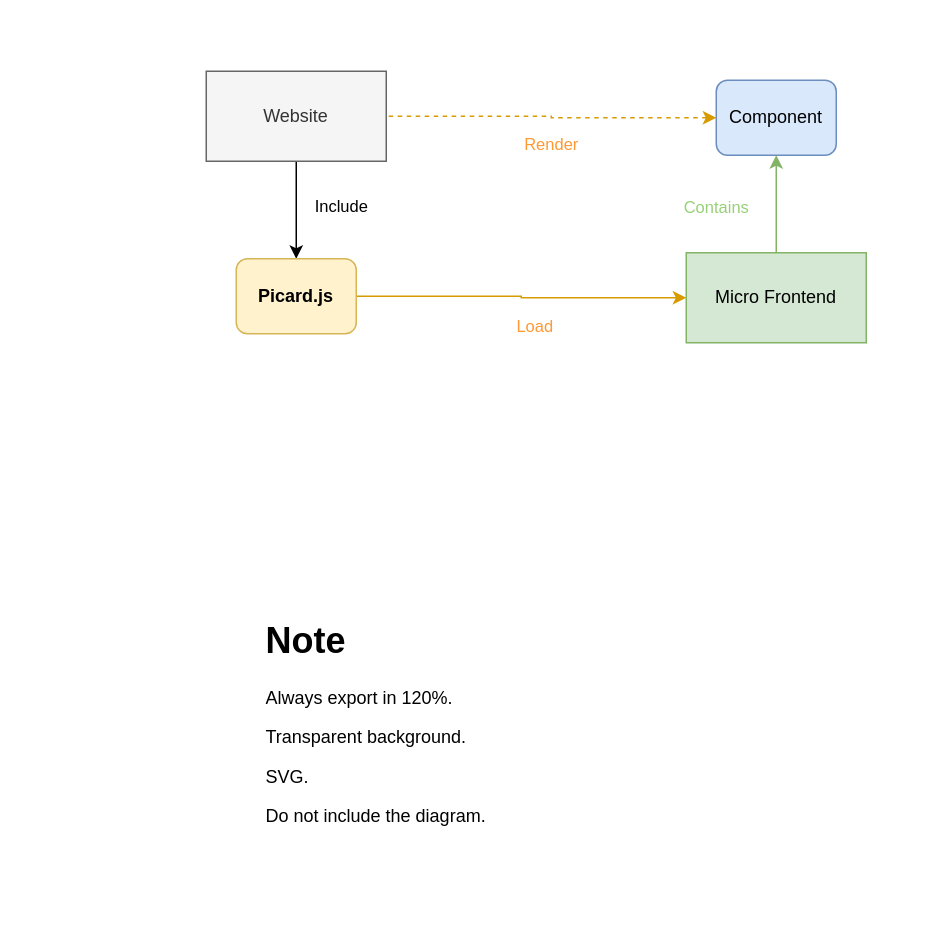
Earlier version of the draw.io diagram data/diagrams.drawio (picardjs/docs). Source tidied: cells renumbered, new cells numbered last; positions are measured from the earlier drawing's top-left corner, leaving out a move shared by most shapes. Both pictures are drawn from the tidied source at 150%, with x=0, y=0 at pixel (146, 26).
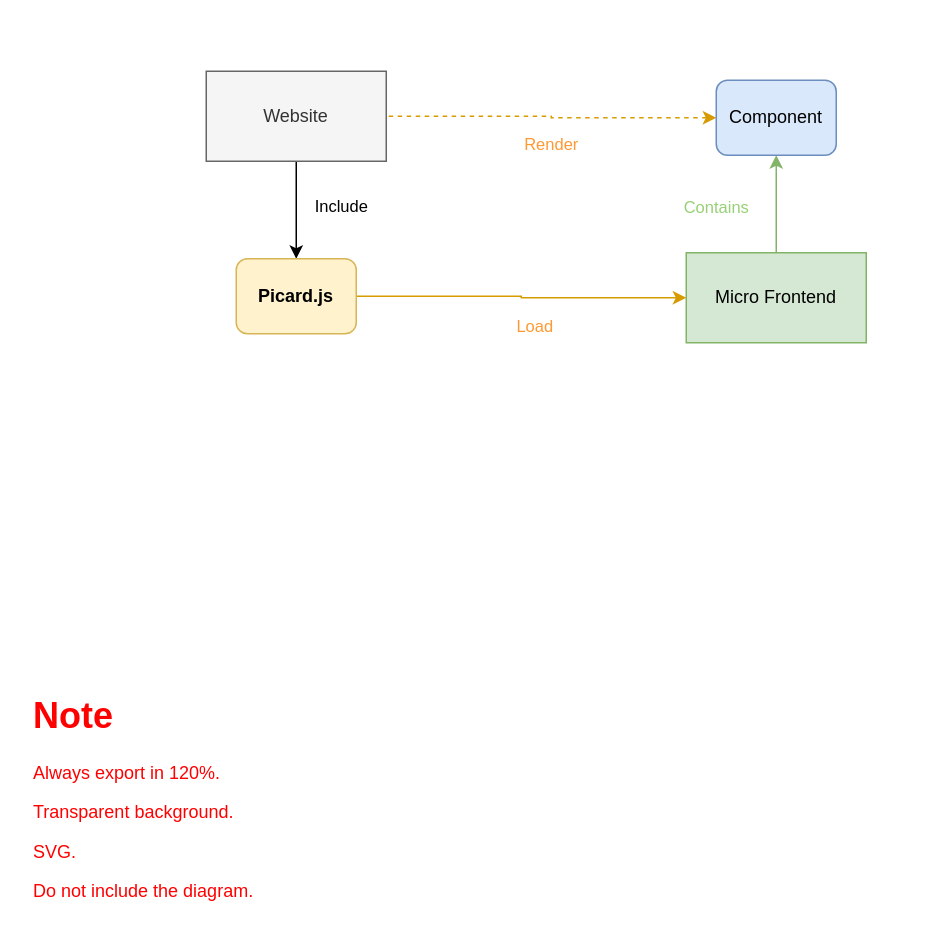
The same diagram, later.

What changed in the source:
```diff
@@
 <mxGraphModel>
   <root>
     <mxCell id="0" />
     <mxCell id="1" parent="0" />
     <mxCell id="2" style="rounded=1;whiteSpace=wrap;html=1;strokeColor=none;fillColor=#FFFFFF;opacity=30;arcSize=8;fontFamily=Bahnschrift;" parent="1" vertex="1">
       <mxGeometry width="520" height="240" as="geometry" />
     </mxCell>
     <mxCell id="3" value="Include" style="edgeStyle=orthogonalEdgeStyle;rounded=0;jettySize=auto;html=1;exitX=0.5;exitY=1;exitDx=0;exitDy=0;entryX=0.5;entryY=0;entryDx=0;entryDy=0;fontFamily=Bahnschrift;labelBackgroundColor=none;" parent="1" edge="1" source="4" target="10">
       <mxGeometry x="-0.08" y="30" relative="1" as="geometry" />
     </mxCell>
     <mxCell id="4" value="Website" style="rounded=0;whiteSpace=wrap;html=1;fillColor=#f5f5f5;fontColor=#333333;strokeColor=#666666;fontFamily=Bahnschrift;" parent="1" vertex="1">
       <mxGeometry x="40" y="30" width="120" height="60" as="geometry" />
     </mxCell>
     <mxCell id="5" value="Contains" style="edgeStyle=orthogonalEdgeStyle;rounded=0;jettySize=auto;html=1;exitX=0.5;exitY=0;exitDx=0;exitDy=0;fillColor=#d5e8d4;strokeColor=#82b366;fontFamily=Bahnschrift;labelBackgroundColor=none;fontColor=#97D077;" parent="1" edge="1" source="6" target="8">
       <mxGeometry x="-0.08" y="40" relative="1" as="geometry" />
     </mxCell>
     <mxCell id="6" value="Micro Frontend" style="rounded=0;whiteSpace=wrap;html=1;fillColor=#d5e8d4;strokeColor=#82b366;fontFamily=Bahnschrift;" parent="1" vertex="1">
       <mxGeometry x="360" y="151" width="120" height="60" as="geometry" />
     </mxCell>
     <mxCell id="7" value="Render" style="edgeStyle=orthogonalEdgeStyle;rounded=0;jettySize=auto;html=1;exitX=0;exitY=0.5;exitDx=0;exitDy=0;entryX=1;entryY=0.5;entryDx=0;entryDy=0;fillColor=#ffe6cc;strokeColor=#d79b00;dashed=1;fontFamily=Bahnschrift;labelBackgroundColor=none;fontColor=#FF9933;endArrow=none;endFill=0;startArrow=classic;startFill=1;" parent="1" edge="1" source="8" target="4">
       <mxGeometry y="-19" relative="1" as="geometry">
         <mxPoint y="38" as="offset" />
       </mxGeometry>
     </mxCell>
     <mxCell id="8" value="Component" style="rounded=1;whiteSpace=wrap;html=1;fillColor=#dae8fc;strokeColor=#6c8ebf;fontFamily=Bahnschrift;" parent="1" vertex="1">
       <mxGeometry x="380" y="36" width="80" height="50" as="geometry" />
     </mxCell>
     <mxCell id="9" value="Load" style="edgeStyle=orthogonalEdgeStyle;rounded=0;jettySize=auto;html=1;exitX=1;exitY=0.5;exitDx=0;exitDy=0;fillColor=#ffe6cc;strokeColor=#d79b00;fontFamily=Bahnschrift;labelBackgroundColor=none;fontColor=#FF9933;" parent="1" edge="1" source="10" target="6">
       <mxGeometry x="0.09" y="-19" relative="1" as="geometry" />
     </mxCell>
     <mxCell id="10" value="Picard.js" style="rounded=1;whiteSpace=wrap;html=1;fillColor=#fff2cc;strokeColor=#d6b656;fontStyle=1;fontFamily=Bahnschrift;" parent="1" vertex="1">
       <mxGeometry x="60" y="155" width="80" height="50" as="geometry" />
     </mxCell>
-    <mxCell id="11" value="&lt;h1&gt;Note&lt;/h1&gt;&lt;p&gt;Always export in 120%.&lt;/p&gt;&lt;p&gt;Transparent background.&lt;/p&gt;&lt;p&gt;SVG.&lt;/p&gt;&lt;p&gt;Do not include the diagram.&lt;/p&gt;" style="text;html=1;strokeColor=none;fillColor=none;spacing=5;spacingTop=-20;whiteSpace=wrap;overflow=hidden;rounded=0;fontFamily=Bahnschrift;fontColor=#000000;opacity=30;" parent="1" vertex="1">
-      <mxGeometry x="75" y="390" width="230" height="150" as="geometry" />
+    <mxCell id="11" value="&lt;h1&gt;Note&lt;/h1&gt;&lt;p&gt;Always export in 120%.&lt;/p&gt;&lt;p&gt;Transparent background.&lt;/p&gt;&lt;p&gt;SVG.&lt;/p&gt;&lt;p&gt;Do not include the diagram.&lt;/p&gt;" style="text;html=1;strokeColor=none;fillColor=none;spacing=5;spacingTop=-20;whiteSpace=wrap;overflow=hidden;rounded=0;fontFamily=Bahnschrift;fontColor=#FF0000;opacity=30;" parent="1" vertex="1">
+      <mxGeometry x="-80" y="440" width="230" height="150" as="geometry" />
     </mxCell>
   </root>
 </mxGraphModel>
```
